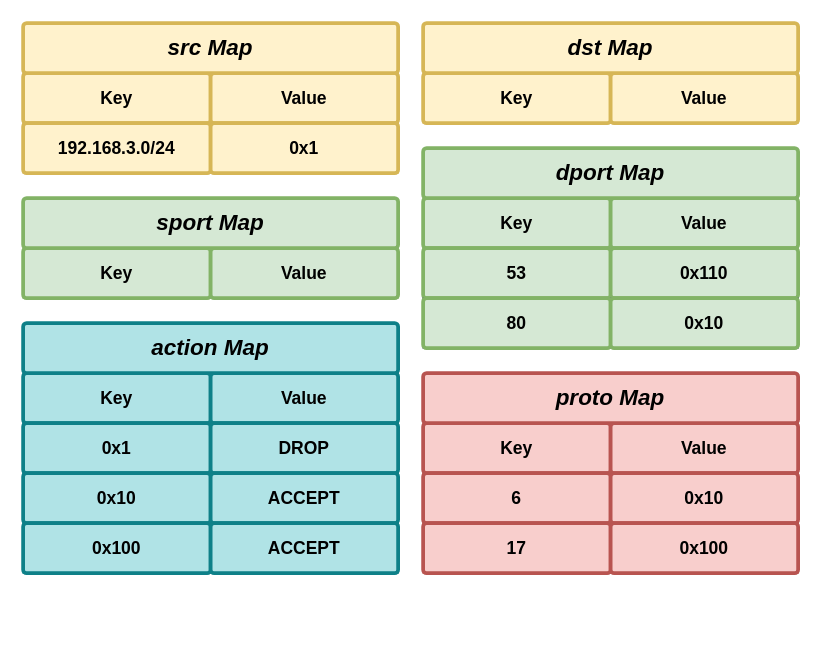
This is xACLMaps.drawio from AirbornWdd/doc, a draw.io file, before an edit. Source tidied: cells renumbered, new cells numbered last; positions are measured from the earlier drawing's top-left corner, leaving out a move shared by most shapes. Both pictures are drawn from the tidied source at 125%, with x=0, y=0 at pixel (22, 22).
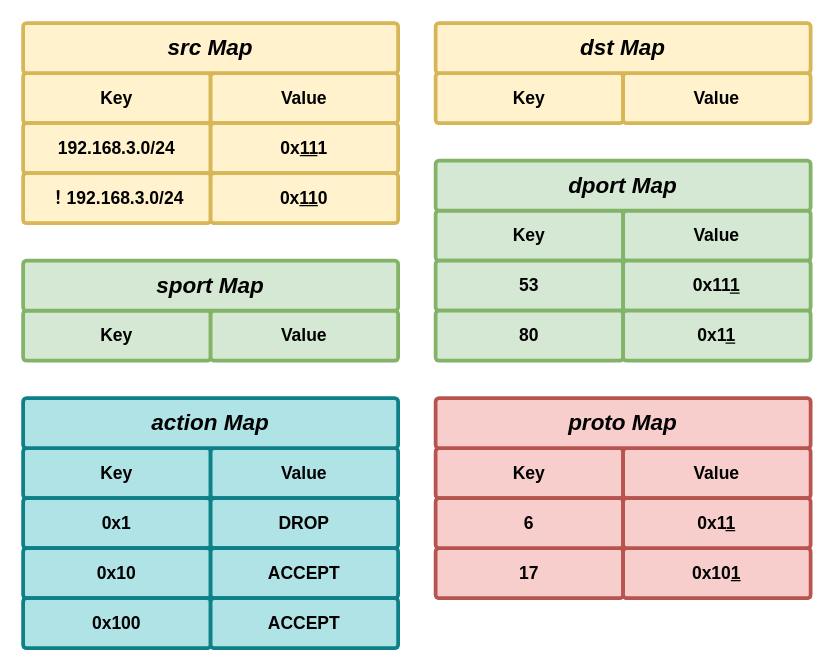
Above is the later version.

Unchanged cells that the change refers to:
```xml
<mxCell id="6" style="group;fillColor=#fff2cc;strokeColor=#d6b656;" parent="1" vertex="1">
  <mxGeometry y="80" width="300" height="40" as="geometry" />
</mxCell>
```

Diff of the diagram source:
```diff
@@
-    <mxCell id="8" value="0x1" style="rounded=1;whiteSpace=wrap;html=1;shadow=0;labelBackgroundColor=none;strokeColor=#d6b656;strokeWidth=3;fillColor=#fff2cc;fontFamily=Helvetica;fontSize=14;align=center;spacing=5;arcSize=7;perimeterSpacing=2;fontStyle=1;" parent="6" vertex="1">
+    <mxCell id="8" value="0x&lt;u&gt;11&lt;/u&gt;1" style="rounded=1;whiteSpace=wrap;html=1;shadow=0;labelBackgroundColor=none;strokeColor=#d6b656;strokeWidth=3;fillColor=#fff2cc;fontFamily=Helvetica;fontSize=14;align=center;spacing=5;arcSize=7;perimeterSpacing=2;fontStyle=1;" parent="6" vertex="1">
       <mxGeometry x="150" width="150" height="40" as="geometry" />
     </mxCell>
     <mxCell id="9" style="group;fillColor=#d5e8d4;strokeColor=#82b366;" parent="1" vertex="1">
-      <mxGeometry y="180" width="300" height="40" as="geometry" />
+      <mxGeometry y="230" width="300" height="40" as="geometry" />
     </mxCell>
@@
     <mxCell id="12" value="&lt;i&gt;&lt;font style=&quot;font-size: 18px&quot;&gt;sport Map&lt;/font&gt;&lt;/i&gt;" style="rounded=1;whiteSpace=wrap;html=1;shadow=0;labelBackgroundColor=none;strokeColor=#82b366;strokeWidth=3;fillColor=#d5e8d4;fontFamily=Helvetica;fontSize=14;align=center;spacing=5;arcSize=7;perimeterSpacing=2;fontStyle=1;" parent="1" vertex="1">
-      <mxGeometry y="140" width="300" height="40" as="geometry" />
+      <mxGeometry y="190" width="300" height="40" as="geometry" />
     </mxCell>
     <mxCell id="13" style="group;fillColor=#d5e8d4;strokeColor=#82b366;" parent="1" vertex="1">
-      <mxGeometry x="320" y="140" width="300" height="40" as="geometry" />
+      <mxGeometry x="330" y="150" width="300" height="40" as="geometry" />
     </mxCell>
@@
     <mxCell id="16" value="&lt;font style=&quot;font-size: 18px&quot;&gt;&lt;i&gt;dport Map&lt;/i&gt;&lt;/font&gt;" style="rounded=1;whiteSpace=wrap;html=1;shadow=0;labelBackgroundColor=none;strokeColor=#82b366;strokeWidth=3;fillColor=#d5e8d4;fontFamily=Helvetica;fontSize=14;align=center;spacing=5;arcSize=7;perimeterSpacing=2;fontStyle=1;" parent="1" vertex="1">
-      <mxGeometry x="320" y="100" width="300" height="40" as="geometry" />
+      <mxGeometry x="330" y="110" width="300" height="40" as="geometry" />
     </mxCell>
-    <mxCell id="17" style="group;fillColor=#d5e8d4;strokeColor=#82b366;" parent="1" vertex="1">
-      <mxGeometry x="320" y="180" width="300" height="40" as="geometry" />
-    </mxCell>
-    <mxCell id="18" value="53" style="rounded=1;whiteSpace=wrap;html=1;shadow=0;labelBackgroundColor=none;strokeColor=#82b366;strokeWidth=3;fillColor=#d5e8d4;fontFamily=Helvetica;fontSize=14;align=center;spacing=5;arcSize=7;perimeterSpacing=2;fontStyle=1;" parent="17" vertex="1">
-      <mxGeometry width="150" height="40" as="geometry" />
-    </mxCell>
-    <mxCell id="19" value="0x110" style="rounded=1;whiteSpace=wrap;html=1;shadow=0;labelBackgroundColor=none;strokeColor=#82b366;strokeWidth=3;fillColor=#d5e8d4;fontFamily=Helvetica;fontSize=14;align=center;spacing=5;arcSize=7;perimeterSpacing=2;fontStyle=1;" parent="17" vertex="1">
-      <mxGeometry x="150" width="150" height="40" as="geometry" />
-    </mxCell>
     <mxCell id="20" style="group;fillColor=#d0cee2;strokeColor=#56517e;" parent="1" vertex="1">
-      <mxGeometry x="320" y="220" width="300" height="40" as="geometry" />
+      <mxGeometry x="330" y="190" width="300" height="40" as="geometry" />
     </mxCell>
-    <mxCell id="21" value="80" style="rounded=1;whiteSpace=wrap;html=1;shadow=0;labelBackgroundColor=none;strokeColor=#82b366;strokeWidth=3;fillColor=#d5e8d4;fontFamily=Helvetica;fontSize=14;align=center;spacing=5;arcSize=7;perimeterSpacing=2;fontStyle=1;" parent="20" vertex="1">
+    <mxCell id="21" value="53" style="rounded=1;whiteSpace=wrap;html=1;shadow=0;labelBackgroundColor=none;strokeColor=#82b366;strokeWidth=3;fillColor=#d5e8d4;fontFamily=Helvetica;fontSize=14;align=center;spacing=5;arcSize=7;perimeterSpacing=2;fontStyle=1;" parent="20" vertex="1">
       <mxGeometry width="150" height="40" as="geometry" />
     </mxCell>
-    <mxCell id="22" value="0x10" style="rounded=1;whiteSpace=wrap;html=1;shadow=0;labelBackgroundColor=none;strokeColor=#82b366;strokeWidth=3;fillColor=#d5e8d4;fontFamily=Helvetica;fontSize=14;align=center;spacing=5;arcSize=7;perimeterSpacing=2;fontStyle=1;" parent="20" vertex="1">
+    <mxCell id="22" value="0x11&lt;u&gt;1&lt;/u&gt;" style="rounded=1;whiteSpace=wrap;html=1;shadow=0;labelBackgroundColor=none;strokeColor=#82b366;strokeWidth=3;fillColor=#d5e8d4;fontFamily=Helvetica;fontSize=14;align=center;spacing=5;arcSize=7;perimeterSpacing=2;fontStyle=1;" parent="20" vertex="1">
       <mxGeometry x="150" width="150" height="40" as="geometry" />
     </mxCell>
     <mxCell id="23" style="group;fillColor=#f8cecc;strokeColor=#b85450;" parent="1" vertex="1">
-      <mxGeometry x="320" y="320" width="300" height="40" as="geometry" />
+      <mxGeometry x="330" y="340" width="300" height="40" as="geometry" />
     </mxCell>
@@
     <mxCell id="26" value="&lt;font style=&quot;font-size: 18px&quot;&gt;&lt;i&gt;proto Map&lt;/i&gt;&lt;/font&gt;" style="rounded=1;whiteSpace=wrap;html=1;shadow=0;labelBackgroundColor=none;strokeColor=#b85450;strokeWidth=3;fillColor=#f8cecc;fontFamily=Helvetica;fontSize=14;align=center;spacing=5;arcSize=7;perimeterSpacing=2;fontStyle=1;" parent="1" vertex="1">
-      <mxGeometry x="320" y="280" width="300" height="40" as="geometry" />
+      <mxGeometry x="330" y="300" width="300" height="40" as="geometry" />
     </mxCell>
-    <mxCell id="27" style="group;fillColor=#f8cecc;strokeColor=#b85450;" parent="1" vertex="1">
-      <mxGeometry x="320" y="360" width="300" height="40" as="geometry" />
-    </mxCell>
-    <mxCell id="28" value="6" style="rounded=1;whiteSpace=wrap;html=1;shadow=0;labelBackgroundColor=none;strokeColor=#b85450;strokeWidth=3;fillColor=#f8cecc;fontFamily=Helvetica;fontSize=14;align=center;spacing=5;arcSize=7;perimeterSpacing=2;fontStyle=1;" parent="27" vertex="1">
-      <mxGeometry width="150" height="40" as="geometry" />
-    </mxCell>
-    <mxCell id="29" value="0x10" style="rounded=1;whiteSpace=wrap;html=1;shadow=0;labelBackgroundColor=none;strokeColor=#b85450;strokeWidth=3;fillColor=#f8cecc;fontFamily=Helvetica;fontSize=14;align=center;spacing=5;arcSize=7;perimeterSpacing=2;fontStyle=1;" parent="27" vertex="1">
-      <mxGeometry x="150" width="150" height="40" as="geometry" />
-    </mxCell>
-    <mxCell id="30" style="group;fillColor=#f8cecc;strokeColor=#b85450;" parent="1" vertex="1">
-      <mxGeometry x="320" y="400" width="300" height="40" as="geometry" />
-    </mxCell>
-    <mxCell id="31" value="17" style="rounded=1;whiteSpace=wrap;html=1;shadow=0;labelBackgroundColor=none;strokeColor=#b85450;strokeWidth=3;fillColor=#f8cecc;fontFamily=Helvetica;fontSize=14;align=center;spacing=5;arcSize=7;perimeterSpacing=2;fontStyle=1;" parent="30" vertex="1">
-      <mxGeometry width="150" height="40" as="geometry" />
-    </mxCell>
-    <mxCell id="32" value="0x100" style="rounded=1;whiteSpace=wrap;html=1;shadow=0;labelBackgroundColor=none;strokeColor=#b85450;strokeWidth=3;fillColor=#f8cecc;fontFamily=Helvetica;fontSize=14;align=center;spacing=5;arcSize=7;perimeterSpacing=2;fontStyle=1;" parent="30" vertex="1">
-      <mxGeometry x="150" width="150" height="40" as="geometry" />
-    </mxCell>
     <mxCell id="33" style="group;fillColor=#fff2cc;strokeColor=#d6b656;" parent="1" vertex="1">
-      <mxGeometry x="320" y="40" width="300" height="40" as="geometry" />
+      <mxGeometry x="330" y="40" width="300" height="40" as="geometry" />
     </mxCell>
@@
     <mxCell id="36" value="&lt;font style=&quot;font-size: 18px&quot;&gt;&lt;i&gt;dst Map&lt;/i&gt;&lt;/font&gt;" style="rounded=1;whiteSpace=wrap;html=1;shadow=0;labelBackgroundColor=none;strokeColor=#d6b656;strokeWidth=3;fillColor=#fff2cc;fontFamily=Helvetica;fontSize=14;align=center;spacing=5;arcSize=7;perimeterSpacing=2;fontStyle=1;" parent="1" vertex="1">
-      <mxGeometry x="320" width="300" height="40" as="geometry" />
+      <mxGeometry x="330" width="300" height="40" as="geometry" />
     </mxCell>
     <mxCell id="37" style="group;fillColor=#b0e3e6;strokeColor=#0e8088;" parent="1" vertex="1">
-      <mxGeometry y="280" width="300" height="40" as="geometry" />
+      <mxGeometry y="340" width="300" height="40" as="geometry" />
     </mxCell>
@@
     <mxCell id="40" value="&lt;i&gt;&lt;font style=&quot;font-size: 18px&quot;&gt;action Map&lt;/font&gt;&lt;/i&gt;" style="rounded=1;whiteSpace=wrap;html=1;shadow=0;labelBackgroundColor=none;strokeColor=#0e8088;strokeWidth=3;fillColor=#b0e3e6;fontFamily=Helvetica;fontSize=14;align=center;spacing=5;arcSize=7;perimeterSpacing=2;fontStyle=1;" parent="1" vertex="1">
-      <mxGeometry y="240" width="300" height="40" as="geometry" />
+      <mxGeometry y="300" width="300" height="40" as="geometry" />
     </mxCell>
     <mxCell id="41" style="group;fillColor=#b0e3e6;strokeColor=#0e8088;" parent="1" vertex="1">
-      <mxGeometry y="320" width="300" height="40" as="geometry" />
+      <mxGeometry y="380" width="300" height="40" as="geometry" />
     </mxCell>
@@
     <mxCell id="44" style="group;fillColor=#b0e3e6;strokeColor=#0e8088;" parent="1" vertex="1">
-      <mxGeometry y="360" width="300" height="40" as="geometry" />
+      <mxGeometry y="420" width="300" height="40" as="geometry" />
     </mxCell>
@@
     <mxCell id="47" style="group;fillColor=#b0e3e6;strokeColor=#0e8088;" parent="1" vertex="1">
-      <mxGeometry y="400" width="300" height="40" as="geometry" />
+      <mxGeometry y="460" width="300" height="40" as="geometry" />
     </mxCell>
@@
+    <mxCell id="50" style="group;fillColor=#d0cee2;strokeColor=#56517e;" parent="1" vertex="1">
+      <mxGeometry x="330" y="230" width="300" height="40" as="geometry" />
+    </mxCell>
+    <mxCell id="51" value="80" style="rounded=1;whiteSpace=wrap;html=1;shadow=0;labelBackgroundColor=none;strokeColor=#82b366;strokeWidth=3;fillColor=#d5e8d4;fontFamily=Helvetica;fontSize=14;align=center;spacing=5;arcSize=7;perimeterSpacing=2;fontStyle=1;" parent="50" vertex="1">
+      <mxGeometry width="150" height="40" as="geometry" />
+    </mxCell>
+    <mxCell id="52" value="0x1&lt;u&gt;1&lt;/u&gt;" style="rounded=1;whiteSpace=wrap;html=1;shadow=0;labelBackgroundColor=none;strokeColor=#82b366;strokeWidth=3;fillColor=#d5e8d4;fontFamily=Helvetica;fontSize=14;align=center;spacing=5;arcSize=7;perimeterSpacing=2;fontStyle=1;" parent="50" vertex="1">
+      <mxGeometry x="150" width="150" height="40" as="geometry" />
+    </mxCell>
+    <mxCell id="30" style="group;fillColor=#f8cecc;strokeColor=#b85450;" parent="1" vertex="1">
+      <mxGeometry x="330" y="420" width="300" height="40" as="geometry" />
+    </mxCell>
+    <mxCell id="31" value="17" style="rounded=1;whiteSpace=wrap;html=1;shadow=0;labelBackgroundColor=none;strokeColor=#b85450;strokeWidth=3;fillColor=#f8cecc;fontFamily=Helvetica;fontSize=14;align=center;spacing=5;arcSize=7;perimeterSpacing=2;fontStyle=1;" parent="30" vertex="1">
+      <mxGeometry width="150" height="40" as="geometry" />
+    </mxCell>
+    <mxCell id="32" value="0x10&lt;u&gt;1&lt;/u&gt;" style="rounded=1;whiteSpace=wrap;html=1;shadow=0;labelBackgroundColor=none;strokeColor=#b85450;strokeWidth=3;fillColor=#f8cecc;fontFamily=Helvetica;fontSize=14;align=center;spacing=5;arcSize=7;perimeterSpacing=2;fontStyle=1;" parent="30" vertex="1">
+      <mxGeometry x="150" width="150" height="40" as="geometry" />
+    </mxCell>
+    <mxCell id="28" value="6" style="rounded=1;whiteSpace=wrap;html=1;shadow=0;labelBackgroundColor=none;strokeColor=#b85450;strokeWidth=3;fillColor=#f8cecc;fontFamily=Helvetica;fontSize=14;align=center;spacing=5;arcSize=7;perimeterSpacing=2;fontStyle=1;" parent="1" vertex="1">
+      <mxGeometry x="330" y="380" width="150" height="40" as="geometry" />
+    </mxCell>
+    <mxCell id="29" value="0x1&lt;u&gt;1&lt;/u&gt;" style="rounded=1;whiteSpace=wrap;html=1;shadow=0;labelBackgroundColor=none;strokeColor=#b85450;strokeWidth=3;fillColor=#f8cecc;fontFamily=Helvetica;fontSize=14;align=center;spacing=5;arcSize=7;perimeterSpacing=2;fontStyle=1;" parent="1" vertex="1">
+      <mxGeometry x="480" y="380" width="150" height="40" as="geometry" />
+    </mxCell>
+    <mxCell id="53" style="group;fillColor=#fff2cc;strokeColor=#d6b656;" parent="1" vertex="1">
+      <mxGeometry y="120" width="300" height="40" as="geometry" />
+    </mxCell>
+    <mxCell id="54" value="！192.168.3.0/24" style="rounded=1;whiteSpace=wrap;html=1;shadow=0;labelBackgroundColor=none;strokeColor=#d6b656;strokeWidth=3;fillColor=#fff2cc;fontFamily=Helvetica;fontSize=14;align=center;spacing=5;arcSize=7;perimeterSpacing=2;fontStyle=1;" parent="53" vertex="1">
+      <mxGeometry width="150" height="40" as="geometry" />
+    </mxCell>
+    <mxCell id="55" value="0x&lt;u&gt;11&lt;/u&gt;0" style="rounded=1;whiteSpace=wrap;html=1;shadow=0;labelBackgroundColor=none;strokeColor=#d6b656;strokeWidth=3;fillColor=#fff2cc;fontFamily=Helvetica;fontSize=14;align=center;spacing=5;arcSize=7;perimeterSpacing=2;fontStyle=1;" parent="53" vertex="1">
+      <mxGeometry x="150" width="150" height="40" as="geometry" />
+    </mxCell>
```
